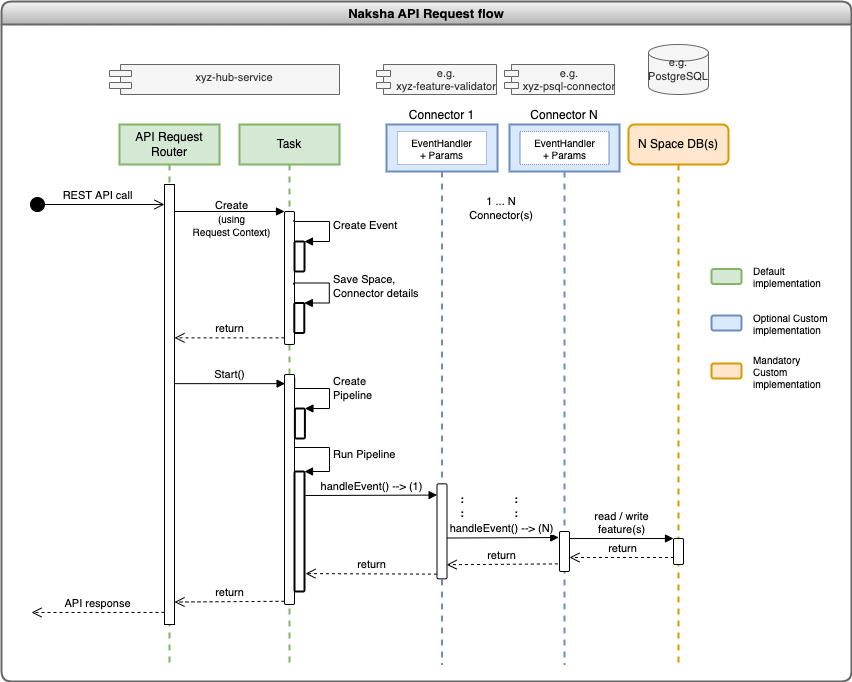
Before: docs/diagrams/api_request_flow.png, a diagram exported from draw.io (heremaps/xyz-hub). Source tidied: cells renumbered, new cells last; positions are measured from the earlier drawing's top-left corner, leaving out a move shared by most shapes.
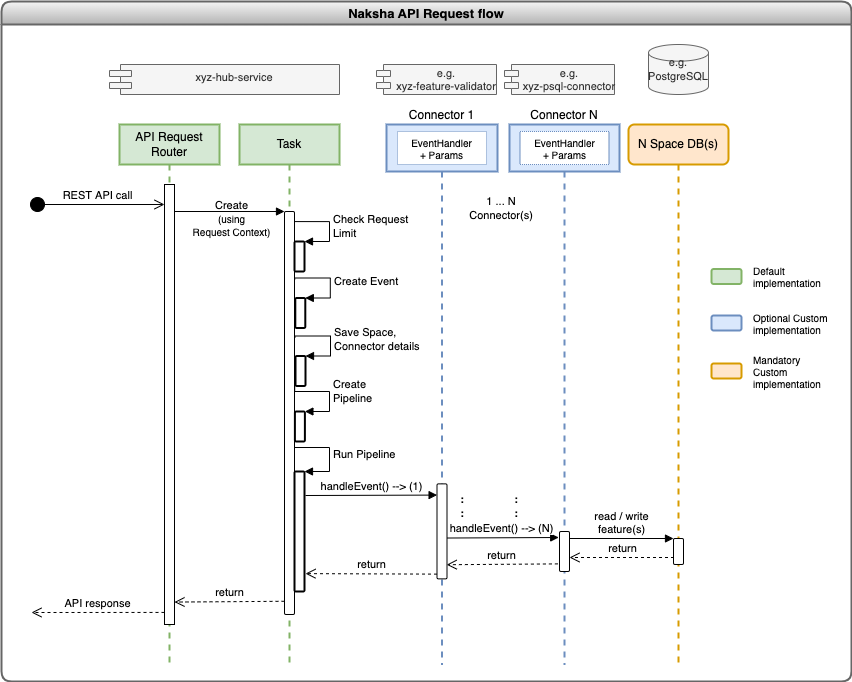
Later version of the same file.

Commit message:
Updated API request flow diagram

Change to the diagram source:
```diff
@@ -18,23 +18,19 @@
       <mxGeometry x="238" y="123" width="100" height="540" as="geometry" />
     </mxCell>
     <mxCell id="6" style="html=1;points=[];perimeter=orthogonalPerimeter;rounded=1;shadow=0;sketch=0;fontSize=11;strokeColor=#000000;strokeWidth=1;" parent="5" vertex="1">
-      <mxGeometry x="45" y="87" width="10" height="133" as="geometry" />
+      <mxGeometry x="45" y="87" width="10" height="403" as="geometry" />
     </mxCell>
     <mxCell id="7" style="html=1;points=[];perimeter=orthogonalPerimeter;rounded=1;shadow=0;sketch=0;fontSize=11;strokeColor=#000000;strokeWidth=2;" parent="5" vertex="1">
       <mxGeometry x="55" y="117" width="10" height="30" as="geometry" />
     </mxCell>
-    <mxCell id="8" value="Create Event&amp;nbsp;" style="edgeStyle=orthogonalEdgeStyle;html=1;align=left;spacingLeft=2;endArrow=block;rounded=0;entryX=1;entryY=0;fontSize=11;exitX=0.94;exitY=0.067;exitDx=0;exitDy=0;exitPerimeter=0;" parent="5" edge="1" source="6" target="7">
+    <mxCell id="8" value="Check Request&lt;br&gt;Limit" style="edgeStyle=orthogonalEdgeStyle;html=1;align=left;spacingLeft=2;endArrow=block;rounded=0;entryX=1;entryY=0;fontSize=11;exitX=1;exitY=0.025;exitDx=0;exitDy=0;exitPerimeter=0;" parent="5" edge="1" source="6" target="7">
       <mxGeometry relative="1" as="geometry">
         <Array as="points">
-          <mxPoint x="54" y="97" />
           <mxPoint x="90" y="97" />
           <mxPoint x="90" y="117" />
         </Array>
       </mxGeometry>
     </mxCell>
-    <mxCell id="9" style="html=1;points=[];perimeter=orthogonalPerimeter;rounded=1;shadow=0;sketch=0;fontSize=11;strokeColor=#000000;strokeWidth=1;" parent="5" vertex="1">
-      <mxGeometry x="45" y="250" width="10" height="230" as="geometry" />
-    </mxCell>
     <mxCell id="10" value="N Space DB(s)" style="shape=umlLifeline;perimeter=lifelinePerimeter;whiteSpace=wrap;html=1;fillColor=#ffe6cc;strokeColor=#d79b00;strokeWidth=2;rounded=1;" parent="1" vertex="1">
       <mxGeometry x="627" y="123" width="100" height="540" as="geometry" />
     </mxCell>
@@ -46,17 +42,10 @@
     <mxCell id="12" value="xyz-hub-service" style="shape=module;align=left;spacingLeft=20;align=center;verticalAlign=top;rounded=1;shadow=0;sketch=0;fontSize=11;strokeColor=#666666;strokeWidth=1;jettyWidth=22;jettyHeight=6;fillColor=#f5f5f5;fontColor=#333333;" parent="1" vertex="1">
       <mxGeometry x="108" y="63" width="230" height="30" as="geometry" />
     </mxCell>
-    <mxCell id="13" value="return" style="html=1;verticalAlign=bottom;endArrow=open;dashed=1;endSize=8;exitX=0;exitY=0.95;rounded=0;fontSize=11;" parent="1" edge="1" source="6" target="3">
-      <mxGeometry relative="1" as="geometry" />
-    </mxCell>
-    <mxCell id="14" value="Start()" style="html=1;verticalAlign=bottom;endArrow=block;rounded=0;fontSize=11;entryX=0.06;entryY=0.037;entryDx=0;entryDy=0;entryPerimeter=0;" parent="1" edge="1">
-      <mxGeometry relative="1" as="geometry">
-        <mxPoint x="173" y="382.1" as="sourcePoint" />
-        <mxPoint x="283.6" y="382.1" as="targetPoint" />
-      </mxGeometry>
-    </mxCell>
-    <mxCell id="15" value="return" style="html=1;verticalAlign=bottom;endArrow=open;dashed=1;endSize=8;exitX=0;exitY=0.986;rounded=0;fontSize=11;exitDx=0;exitDy=0;exitPerimeter=0;entryX=1;entryY=0.949;entryDx=0;entryDy=0;entryPerimeter=0;" parent="1" edge="1" source="9" target="3">
-      <mxGeometry relative="1" as="geometry" />
+    <mxCell id="15" value="return" style="html=1;verticalAlign=bottom;endArrow=open;dashed=1;endSize=8;exitX=0;exitY=0.986;rounded=0;fontSize=11;exitDx=0;exitDy=0;exitPerimeter=0;entryX=1;entryY=0.949;entryDx=0;entryDy=0;entryPerimeter=0;" parent="1" edge="1" target="3">
+      <mxGeometry relative="1" as="geometry">
+        <mxPoint x="283" y="599.8" as="sourcePoint" />
+      </mxGeometry>
     </mxCell>
     <mxCell id="16" value="Naksha API Request flow" style="swimlane;rounded=1;shadow=0;sketch=0;fontSize=13;strokeWidth=2;fillColor=#f5f5f5;gradientColor=#b3b3b3;strokeColor=#666666;" parent="1" vertex="1">
       <mxGeometry width="850" height="680" as="geometry" />
@@ -80,20 +69,20 @@
       <mxGeometry x="750" y="354.5" width="80" height="30" as="geometry" />
     </mxCell>
     <mxCell id="23" style="html=1;points=[];perimeter=orthogonalPerimeter;rounded=1;shadow=0;sketch=0;fontSize=11;strokeColor=#000000;strokeWidth=2;" parent="16" vertex="1">
-      <mxGeometry x="292.8" y="301.5" width="10" height="30" as="geometry" />
+      <mxGeometry x="293.8" y="296.5" width="10" height="30" as="geometry" />
     </mxCell>
-    <mxCell id="24" value="Save Space,&lt;br&gt;Connector details" style="edgeStyle=orthogonalEdgeStyle;html=1;align=left;spacingLeft=2;endArrow=block;rounded=0;entryX=1;entryY=0;fontSize=11;exitX=0.94;exitY=0.067;exitDx=0;exitDy=0;exitPerimeter=0;" parent="16" edge="1" target="23">
+    <mxCell id="24" value="Create Event" style="edgeStyle=orthogonalEdgeStyle;html=1;align=left;spacingLeft=2;endArrow=block;rounded=0;entryX=1;entryY=0;fontSize=11;exitX=0.94;exitY=0.067;exitDx=0;exitDy=0;exitPerimeter=0;" parent="16" edge="1" target="23">
       <mxGeometry relative="1" as="geometry">
-        <mxPoint x="292.2" y="283.1" as="sourcePoint" />
+        <mxPoint x="293.2" y="278.1" as="sourcePoint" />
         <Array as="points">
-          <mxPoint x="291.8" y="281.5" />
-          <mxPoint x="327.8" y="281.5" />
-          <mxPoint x="327.8" y="301.5" />
+          <mxPoint x="292.8" y="276.5" />
+          <mxPoint x="328.8" y="276.5" />
+          <mxPoint x="328.8" y="296.5" />
         </Array>
       </mxGeometry>
     </mxCell>
     <mxCell id="25" style="html=1;points=[];perimeter=orthogonalPerimeter;rounded=1;shadow=0;sketch=0;fontSize=11;strokeColor=#000000;strokeWidth=2;" parent="16" vertex="1">
-      <mxGeometry x="293.4" y="407" width="10" height="30" as="geometry" />
+      <mxGeometry x="293.4" y="410" width="10" height="30" as="geometry" />
     </mxCell>
     <mxCell id="26" style="html=1;points=[];perimeter=orthogonalPerimeter;rounded=1;shadow=0;sketch=0;fontSize=11;strokeColor=#000000;strokeWidth=2;" parent="16" vertex="1">
       <mxGeometry x="293" y="470" width="10" height="120" as="geometry" />
@@ -164,12 +153,25 @@
     <mxCell id="46" value="e.g. PostgreSQL" style="strokeWidth=1;html=1;shape=mxgraph.flowchart.database;whiteSpace=wrap;rounded=1;shadow=0;sketch=0;fontSize=11;fillColor=#f5f5f5;fontColor=#333333;strokeColor=#666666;" parent="16" vertex="1">
       <mxGeometry x="647" y="43" width="60" height="50" as="geometry" />
     </mxCell>
+    <mxCell id="49" style="html=1;points=[];perimeter=orthogonalPerimeter;rounded=1;shadow=0;sketch=0;fontSize=11;strokeColor=#000000;strokeWidth=2;" parent="16" vertex="1">
+      <mxGeometry x="294" y="354.5" width="10" height="30" as="geometry" />
+    </mxCell>
+    <mxCell id="50" value="Save Space,&lt;br&gt;Connector details" style="edgeStyle=orthogonalEdgeStyle;html=1;align=left;spacingLeft=2;endArrow=block;rounded=0;entryX=1;entryY=0;fontSize=11;exitX=0.94;exitY=0.067;exitDx=0;exitDy=0;exitPerimeter=0;" parent="16" edge="1" target="49">
+      <mxGeometry relative="1" as="geometry">
+        <mxPoint x="293.4" y="336.1" as="sourcePoint" />
+        <Array as="points">
+          <mxPoint x="293" y="334.5" />
+          <mxPoint x="329" y="334.5" />
+          <mxPoint x="329" y="354.5" />
+        </Array>
+      </mxGeometry>
+    </mxCell>
     <mxCell id="47" value="Create&lt;br&gt;Pipeline&amp;nbsp;" style="edgeStyle=orthogonalEdgeStyle;html=1;align=left;spacingLeft=2;endArrow=block;rounded=0;entryX=1;entryY=0;fontSize=11;exitX=1.02;exitY=0.033;exitDx=0;exitDy=0;exitPerimeter=0;" parent="1" edge="1" target="25">
       <mxGeometry relative="1" as="geometry">
-        <mxPoint x="293.2" y="377.3" as="sourcePoint" />
+        <mxPoint x="293.2" y="380.3" as="sourcePoint" />
         <Array as="points">
-          <mxPoint x="328" y="387" />
-          <mxPoint x="328" y="407" />
+          <mxPoint x="328" y="390" />
+          <mxPoint x="328" y="410" />
         </Array>
       </mxGeometry>
     </mxCell>
```
